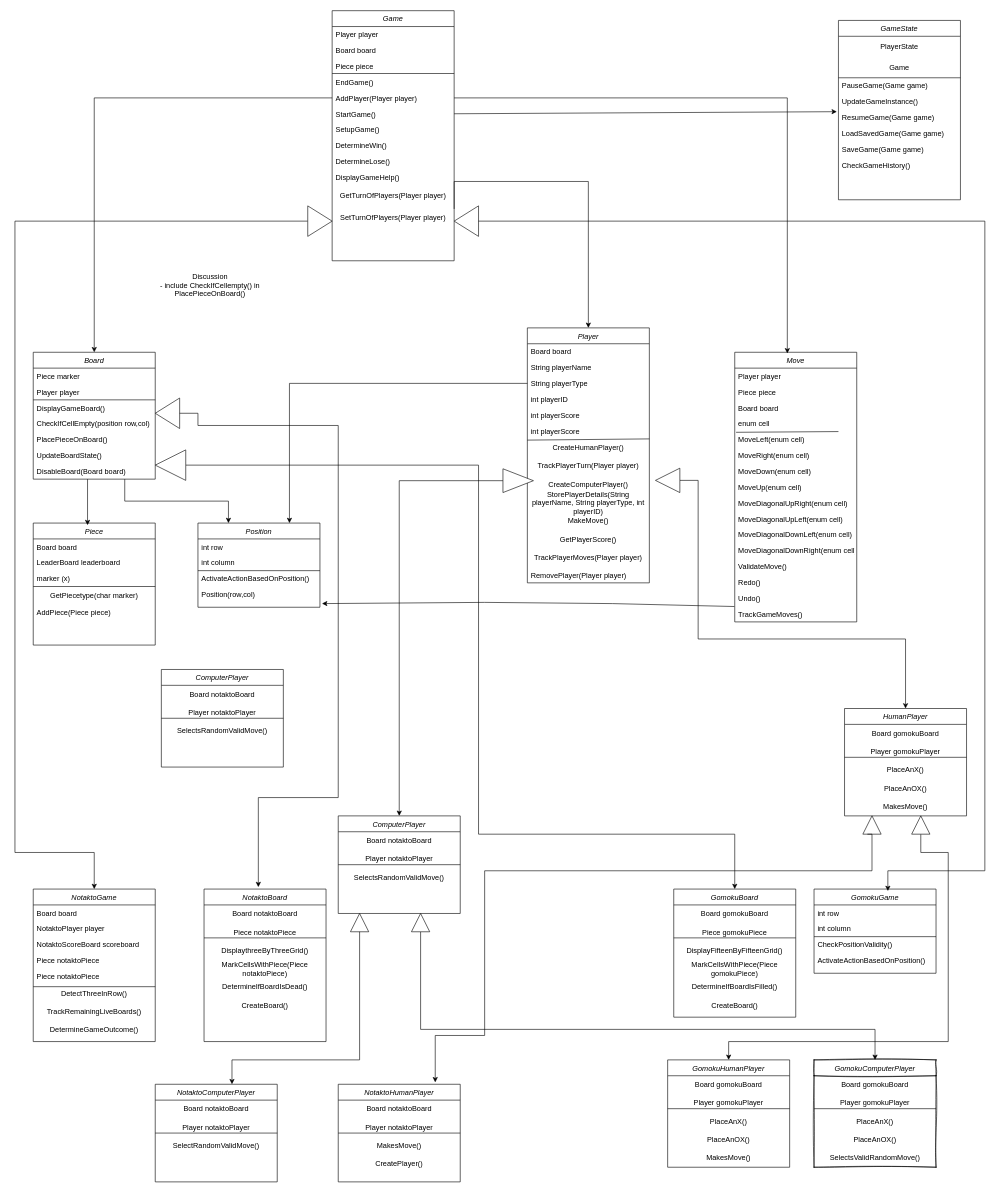
This is Class Diagram.drawio from Scott2020747/IFN563_Project, a draw.io file, before an edit. Source tidied: cells renumbered, new cells numbered last; positions are measured from the earlier drawing's top-left corner, leaving out a move shared by most shapes. Both pictures are drawn from the tidied source at 61%, with x=0, y=0 at pixel (15, 10).
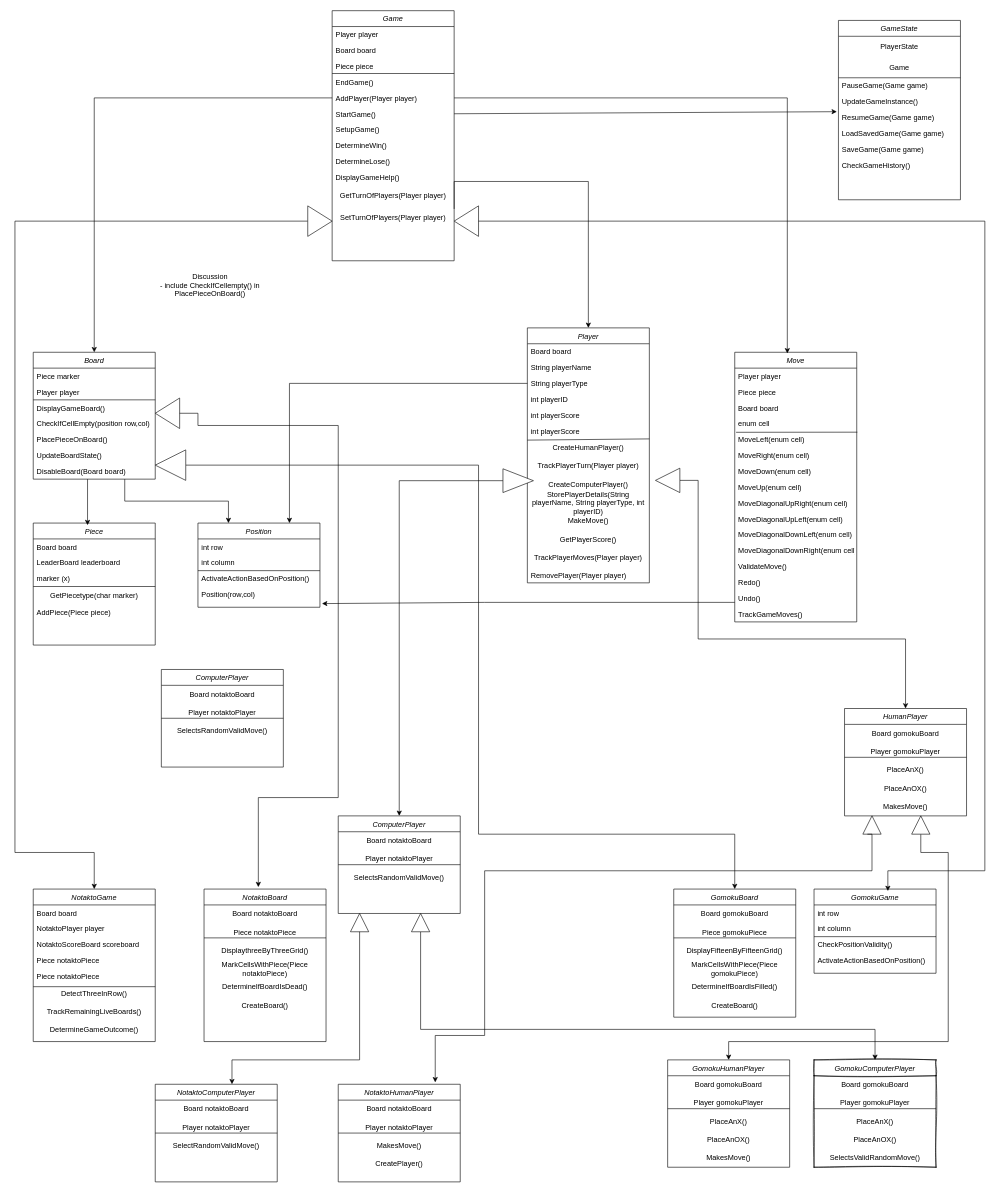
The same page after the edit.

The change refers to these unchanged cells:
```xml
<mxCell id="49" value="Move" style="swimlane;fontStyle=2;align=center;verticalAlign=top;horizontal=1;startSize=26;rounded=0;shadow=0;strokeWidth=1;" parent="1" vertex="1">
  <mxGeometry x="1180" y="560" width="200" height="442" as="geometry" />
</mxCell>
<mxCell id="54" value="MoveLeft(enum cell)" style="text;align=left;verticalAlign=top;spacingLeft=4;spacingRight=4;overflow=hidden;points=[[0,0.5],[1,0.5]];portConstraint=eastwest;" parent="49" vertex="1">
  <mxGeometry y="130" width="200" height="26" as="geometry" />
</mxCell>
<mxCell id="65" value="TrackGameMoves()" style="text;align=left;verticalAlign=top;spacingLeft=4;spacingRight=4;overflow=hidden;points=[[0,0.5],[1,0.5]];portConstraint=eastwest;" parent="49" vertex="1">
  <mxGeometry y="416" width="200" height="26" as="geometry" />
</mxCell>
<mxCell id="72" value="Position(row,col)" style="text;align=left;verticalAlign=top;spacingLeft=4;spacingRight=4;overflow=hidden;points=[[0,0.5],[1,0.5]];portConstraint=eastwest;" parent="67" vertex="1">
  <mxGeometry y="104" width="200" height="26" as="geometry" />
</mxCell>
```

Diff of the diagram source:
```diff
@@
-    <mxCell id="66" style="endArrow=none;html=1;rounded=0;exitX=0.011;exitY=0.046;exitDx=0;exitDy=0;exitPerimeter=0;" parent="1" edge="1" source="54">
-      <mxGeometry relative="1" as="geometry">
-        <mxPoint x="1350" y="690" as="targetPoint" />
-      </mxGeometry>
+    <mxCell id="66" style="endArrow=none;html=1;rounded=0;exitX=0.011;exitY=0.046;exitDx=0;exitDy=0;exitPerimeter=0;entryX=1.005;entryY=0.038;entryDx=0;entryDy=0;entryPerimeter=0;" parent="49" edge="1" source="54" target="54">
+      <mxGeometry relative="1" as="geometry" />
     </mxCell>
@@
-    <mxCell id="128" style="endArrow=classic;html=1;rounded=0;entryX=1.017;entryY=1.077;entryDx=0;entryDy=0;entryPerimeter=0;exitX=-0.003;exitY=0.031;exitDx=0;exitDy=0;exitPerimeter=0;" parent="1" edge="1" source="65" target="72">
+    <mxCell id="128" style="endArrow=classic;html=1;rounded=0;entryX=1.017;entryY=1.077;entryDx=0;entryDy=0;entryPerimeter=0;" parent="1" edge="1" target="72">
       <mxGeometry relative="1" as="geometry">
+        <mxPoint x="1180" y="970" as="sourcePoint" />
         <Array as="points">
-          <mxPoint x="980" y="972" />
           <mxPoint x="770" y="970" />
         </Array>
       </mxGeometry>
     </mxCell>
```
